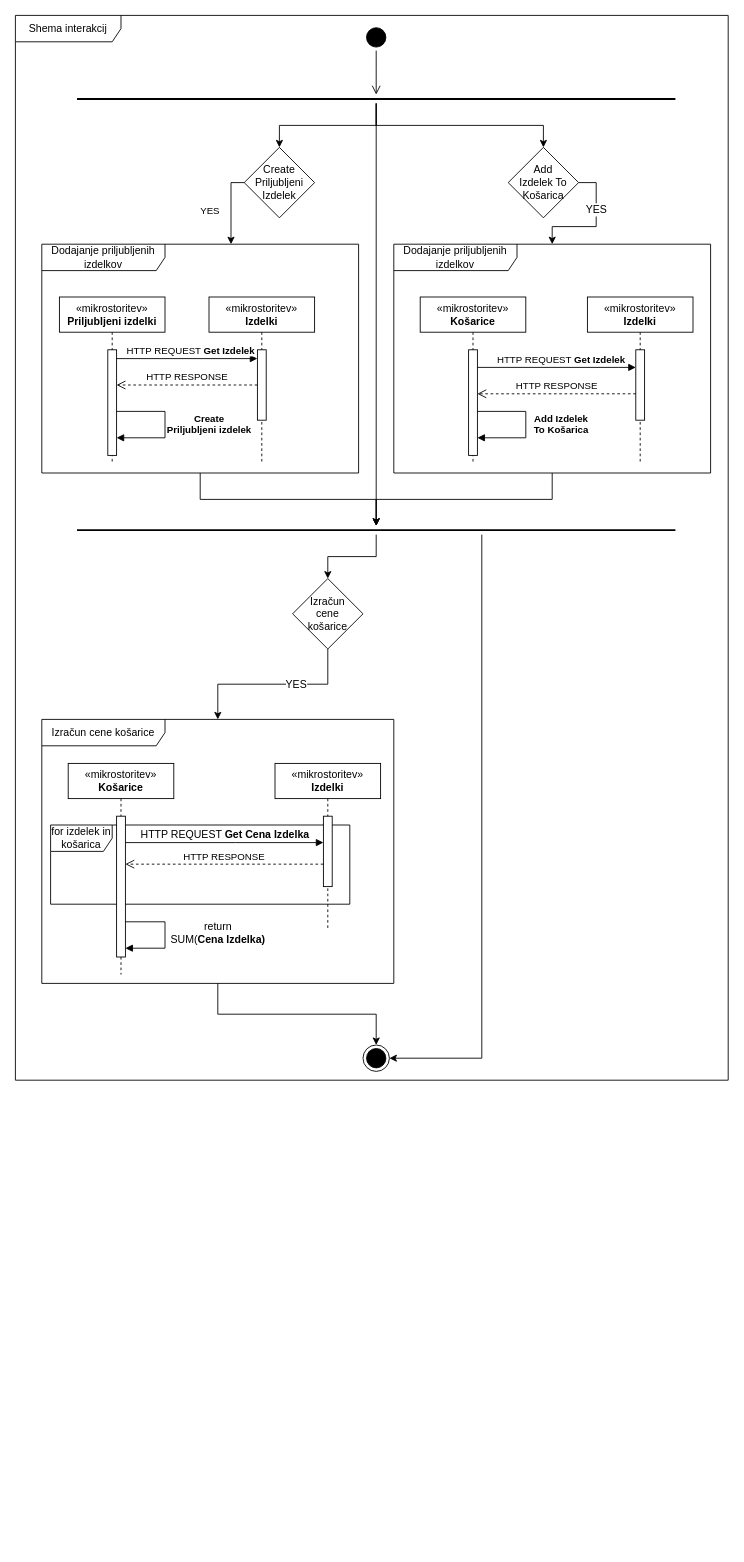
Above: diagrami/Shema interakcij - RSO.drawio in rso-2022-2023-skupina-9/pregled-projekta (draw.io), before the change. Source tidied: cells renumbered, new cells numbered last; positions are measured from the earlier drawing's top-left corner, leaving out a move shared by most shapes. Both pictures are drawn from the tidied source at 88%, with x=0, y=0 at pixel (15, 15).
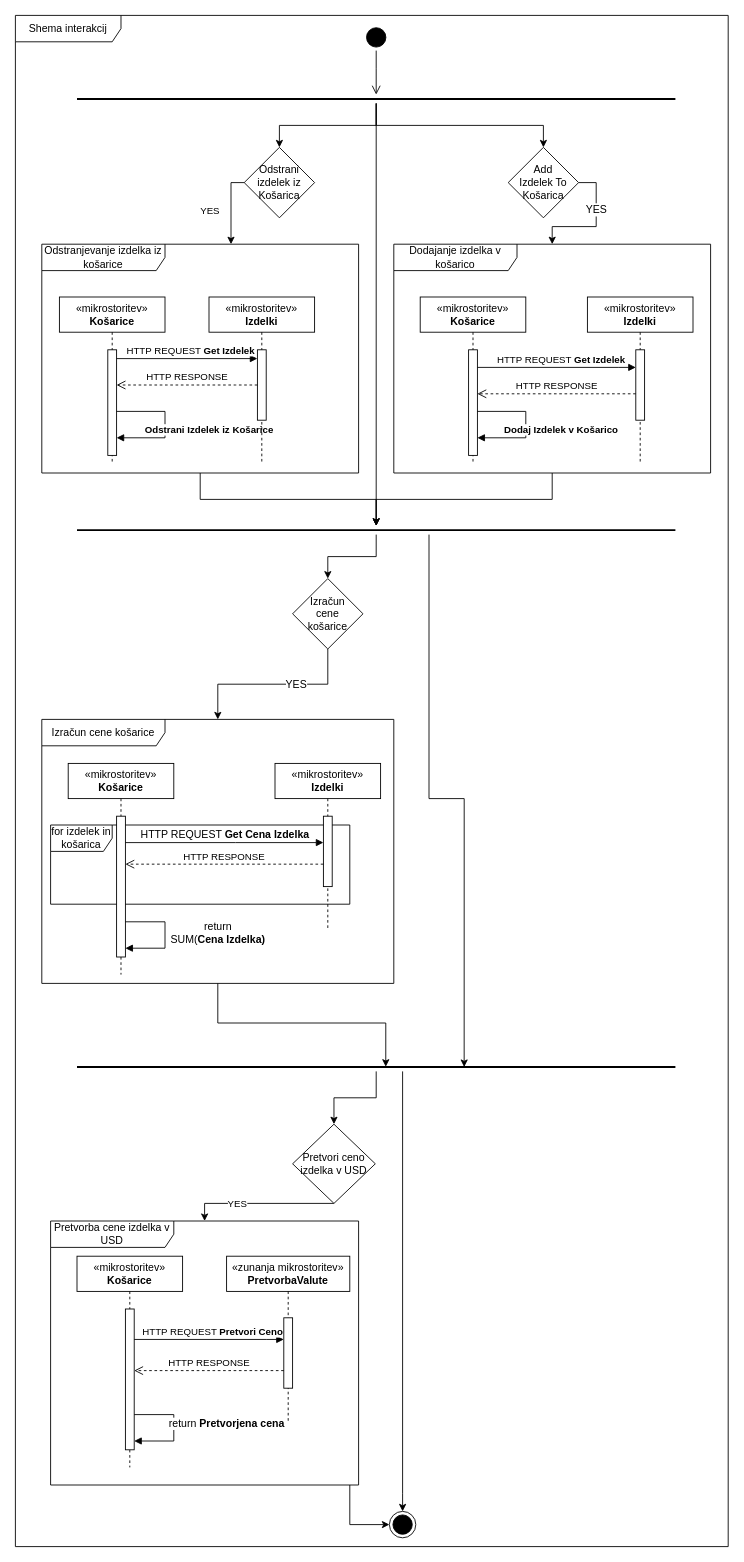
Above is the later version.

The change refers to these unchanged cells:
```xml
<mxCell id="4" value="Izračun cene košarice" style="shape=umlFrame;whiteSpace=wrap;html=1;strokeColor=#000000;width=140;height=30;" parent="1" vertex="1">
  <mxGeometry x="30" y="800" width="400" height="300" as="geometry" />
</mxCell>
<mxCell id="12" style="html=1;points=[];perimeter=orthogonalPerimeter;strokeColor=#000000;" parent="11" vertex="1">
  <mxGeometry x="55" y="60" width="10" height="120" as="geometry" />
</mxCell>
<mxCell id="30" value="«mikrostoritev»&lt;br&gt;&lt;b&gt;Košarice&lt;/b&gt;" style="shape=umlLifeline;perimeter=lifelinePerimeter;whiteSpace=wrap;html=1;strokeColor=#000000;" parent="1" vertex="1">
  <mxGeometry x="460" y="320" width="120" height="190" as="geometry" />
</mxCell>
<mxCell id="31" style="html=1;points=[];perimeter=orthogonalPerimeter;strokeColor=#000000;" parent="30" vertex="1">
  <mxGeometry x="55" y="60" width="10" height="120" as="geometry" />
</mxCell>
<mxCell id="39" style="line;strokeWidth=2;html=1;strokeColor=#000000;" parent="1" vertex="1">
  <mxGeometry x="70" y="580" width="680" height="10" as="geometry" />
</mxCell>
```

What changed in the source:
```diff
@@
     <mxCell id="2" value="Shema interakcij" style="shape=umlFrame;whiteSpace=wrap;html=1;width=120;height=30;" parent="1" vertex="1">
-      <mxGeometry width="810" height="1210" as="geometry" />
+      <mxGeometry width="810" height="1740" as="geometry" />
     </mxCell>
-    <mxCell id="3" style="edgeStyle=orthogonalEdgeStyle;rounded=0;jettySize=auto;html=1;strokeColor=#000000;fontSize=12;" parent="1" edge="1" source="4" target="8">
-      <mxGeometry relative="1" as="geometry" />
-    </mxCell>
+    <mxCell id="50" style="edgeStyle=orthogonalEdgeStyle;rounded=0;jettySize=auto;html=1;entryX=0.516;entryY=0.468;entryDx=0;entryDy=0;entryPerimeter=0;" parent="1" edge="1" source="4" target="54">
+      <mxGeometry relative="1" as="geometry" />
+    </mxCell>
@@
     <mxCell id="8" style="ellipse;html=1;shape=endState;fillColor=#000000;strokeColor=#000000;" parent="1" vertex="1">
-      <mxGeometry x="395" y="1170" width="30" height="30" as="geometry" />
+      <mxGeometry x="425" y="1700" width="30" height="30" as="geometry" />
     </mxCell>
@@
-    <mxCell id="10" value="Dodajanje priljubljenih izdelkov" style="shape=umlFrame;whiteSpace=wrap;html=1;strokeColor=#000000;width=140;height=30;" parent="1" vertex="1">
+    <mxCell id="10" value="Odstranjevanje izdelka iz košarice" style="shape=umlFrame;whiteSpace=wrap;html=1;strokeColor=#000000;width=140;height=30;" parent="1" vertex="1">
       <mxGeometry x="30" y="260" width="360" height="260" as="geometry" />
     </mxCell>
-    <mxCell id="11" value="«mikrostoritev»&lt;br&gt;&lt;b&gt;Priljubljeni izdelki&lt;/b&gt;" style="shape=umlLifeline;perimeter=lifelinePerimeter;whiteSpace=wrap;html=1;strokeColor=#000000;" parent="1" vertex="1">
+    <mxCell id="11" value="«mikrostoritev»&lt;br&gt;&lt;b&gt;Košarice&lt;/b&gt;" style="shape=umlLifeline;perimeter=lifelinePerimeter;whiteSpace=wrap;html=1;strokeColor=#000000;" parent="1" vertex="1">
       <mxGeometry x="50" y="320" width="120" height="190" as="geometry" />
     </mxCell>
@@
-    <mxCell id="13" value="&lt;b&gt;Create&lt;br&gt;Priljubljeni izdelek&lt;/b&gt;" style="html=1;verticalAlign=bottom;endArrow=block;rounded=0;strokeColor=#000000;" parent="11" edge="1" target="12">
+    <mxCell id="13" value="&lt;b&gt;Odstrani Izdelek iz Košarice&lt;/b&gt;" style="html=1;verticalAlign=bottom;endArrow=block;rounded=0;strokeColor=#000000;" parent="11" edge="1" target="12">
       <mxGeometry x="0.21" y="-50" relative="1" as="geometry">
         <mxPoint x="65" y="130" as="sourcePoint" />
         <Array as="points">
           <mxPoint x="120" y="130" />
           <mxPoint x="120" y="160" />
         </Array>
         <mxPoint x="50" y="50" as="offset" />
       </mxGeometry>
     </mxCell>
@@
-    <mxCell id="20" value="Create Priljubljeni Izdelek" style="rhombus;whiteSpace=wrap;html=1;strokeColor=#000000;" parent="1" vertex="1">
+    <mxCell id="20" value="Odstrani izdelek iz Košarica" style="rhombus;whiteSpace=wrap;html=1;strokeColor=#000000;" parent="1" vertex="1">
       <mxGeometry x="260" y="150" width="80" height="80" as="geometry" />
     </mxCell>
@@
-    <mxCell id="29" value="Dodajanje priljubljenih izdelkov" style="shape=umlFrame;whiteSpace=wrap;html=1;strokeColor=#000000;width=140;height=30;" parent="1" vertex="1">
+    <mxCell id="29" value="Dodajanje izdelka v košarico" style="shape=umlFrame;whiteSpace=wrap;html=1;strokeColor=#000000;width=140;height=30;" parent="1" vertex="1">
       <mxGeometry x="430" y="260" width="360" height="260" as="geometry" />
     </mxCell>
@@
-    <mxCell id="32" value="&lt;b&gt;Add Izdelek&lt;br&gt;To Košarica&lt;/b&gt;" style="html=1;verticalAlign=bottom;endArrow=block;rounded=0;strokeColor=#000000;" parent="30" edge="1" target="31">
+    <mxCell id="32" value="&lt;b&gt;Dodaj Izdelek v Košarico&lt;/b&gt;" style="html=1;verticalAlign=bottom;endArrow=block;rounded=0;strokeColor=#000000;" parent="30" edge="1" target="31">
       <mxGeometry x="0.21" y="-40" relative="1" as="geometry">
         <mxPoint x="65" y="130" as="sourcePoint" />
         <Array as="points">
           <mxPoint x="120" y="130" />
           <mxPoint x="120" y="160" />
         </Array>
         <mxPoint x="40" y="40" as="offset" />
       </mxGeometry>
     </mxCell>
@@
-    <mxCell id="38" style="edgeStyle=orthogonalEdgeStyle;rounded=0;jettySize=auto;html=1;strokeColor=#000000;fontSize=12;" parent="1" edge="1" source="39" target="8">
-      <mxGeometry relative="1" as="geometry">
-        <Array as="points">
-          <mxPoint x="530" y="1185" />
-        </Array>
-      </mxGeometry>
-    </mxCell>
+    <mxCell id="51" style="edgeStyle=orthogonalEdgeStyle;rounded=0;jettySize=auto;html=1;entryX=0.647;entryY=0.5;entryDx=0;entryDy=0;entryPerimeter=0;" parent="1" edge="1" source="39" target="54">
+      <mxGeometry relative="1" as="geometry">
+        <Array as="points">
+          <mxPoint x="470" y="890" />
+          <mxPoint x="510" y="890" />
+        </Array>
+      </mxGeometry>
+    </mxCell>
@@
+    <mxCell id="52" style="edgeStyle=orthogonalEdgeStyle;rounded=0;jettySize=auto;html=1;entryX=0.5;entryY=0;entryDx=0;entryDy=0;" parent="1" edge="1" source="54" target="8">
+      <mxGeometry relative="1" as="geometry">
+        <Array as="points">
+          <mxPoint x="440" y="1680" />
+          <mxPoint x="440" y="1680" />
+        </Array>
+      </mxGeometry>
+    </mxCell>
+    <mxCell id="53" style="edgeStyle=orthogonalEdgeStyle;rounded=0;jettySize=auto;html=1;" parent="1" edge="1" source="54" target="57">
+      <mxGeometry relative="1" as="geometry" />
+    </mxCell>
+    <mxCell id="54" style="line;strokeWidth=2;html=1;strokeColor=#000000;" parent="1" vertex="1">
+      <mxGeometry x="70" y="1190" width="680" height="10" as="geometry" />
+    </mxCell>
+    <mxCell id="55" style="edgeStyle=orthogonalEdgeStyle;rounded=0;jettySize=auto;html=1;" parent="1" edge="1" source="57" target="59">
+      <mxGeometry relative="1" as="geometry">
+        <Array as="points">
+          <mxPoint x="215" y="1350" />
+        </Array>
+      </mxGeometry>
+    </mxCell>
+    <mxCell id="56" value="YES" style="edgeLabel;html=1;align=center;verticalAlign=middle;" parent="55" vertex="1">
+      <mxGeometry x="0.33" relative="1" as="geometry" />
+    </mxCell>
+    <mxCell id="57" value="Pretvori ceno izdelka v USD" style="rhombus;whiteSpace=wrap;html=1;strokeColor=#000000;fontSize=12;" parent="1" vertex="1">
+      <mxGeometry x="315" y="1260" width="94" height="90" as="geometry" />
+    </mxCell>
+    <mxCell id="58" style="edgeStyle=orthogonalEdgeStyle;rounded=0;jettySize=auto;html=1;" parent="1" edge="1" source="59" target="8">
+      <mxGeometry relative="1" as="geometry">
+        <Array as="points">
+          <mxPoint x="380" y="1715" />
+        </Array>
+      </mxGeometry>
+    </mxCell>
+    <mxCell id="59" value="Pretvorba cene izdelka v USD" style="shape=umlFrame;whiteSpace=wrap;html=1;strokeColor=#000000;width=140;height=30;" parent="1" vertex="1">
+      <mxGeometry x="40" y="1370" width="350" height="300" as="geometry" />
+    </mxCell>
+    <mxCell id="60" value="«mikrostoritev»&lt;br&gt;&lt;b&gt;Košarice&lt;/b&gt;" style="shape=umlLifeline;perimeter=lifelinePerimeter;whiteSpace=wrap;html=1;strokeColor=#000000;" parent="1" vertex="1">
+      <mxGeometry x="70" y="1410" width="120" height="240" as="geometry" />
+    </mxCell>
+    <mxCell id="61" style="html=1;points=[];perimeter=orthogonalPerimeter;strokeColor=#000000;" parent="60" vertex="1">
+      <mxGeometry x="55" y="60" width="10" height="160" as="geometry" />
+    </mxCell>
+    <mxCell id="62" value="return &lt;b&gt;Pretvorjena cena&lt;/b&gt;" style="html=1;verticalAlign=bottom;endArrow=block;rounded=0;strokeColor=#000000;fontSize=12;" parent="60" edge="1" target="61">
+      <mxGeometry x="0.08" y="60" relative="1" as="geometry">
+        <mxPoint x="65" y="180" as="sourcePoint" />
+        <Array as="points">
+          <mxPoint x="110" y="180" />
+          <mxPoint x="110" y="210" />
+        </Array>
+      </mxGeometry>
+    </mxCell>
+    <mxCell id="63" value="«zunanja mikrostoritev»&lt;br&gt;&lt;b&gt;PretvorbaValute&lt;/b&gt;" style="shape=umlLifeline;perimeter=lifelinePerimeter;whiteSpace=wrap;html=1;strokeColor=#000000;" parent="1" vertex="1">
+      <mxGeometry x="240" y="1410" width="140" height="190" as="geometry" />
+    </mxCell>
+    <mxCell id="64" style="html=1;points=[];perimeter=orthogonalPerimeter;strokeColor=#000000;" parent="63" vertex="1">
+      <mxGeometry x="65" y="70" width="10" height="80" as="geometry" />
+    </mxCell>
+    <mxCell id="65" value="HTTP REQUEST &lt;b&gt;Pretvori Ceno&lt;/b&gt;" style="html=1;verticalAlign=bottom;endArrow=block;rounded=0;strokeColor=#000000;" parent="1" edge="1" source="61" target="64">
+      <mxGeometry x="0.05" relative="1" as="geometry">
+        <Array as="points">
+          <mxPoint x="285" y="1504.6" />
+        </Array>
+      </mxGeometry>
+    </mxCell>
+    <mxCell id="66" value="HTTP RESPONSE" style="html=1;verticalAlign=bottom;endArrow=open;dashed=1;endSize=8;rounded=0;strokeColor=#000000;" parent="1" edge="1" source="64" target="61">
+      <mxGeometry relative="1" as="geometry">
+        <Array as="points">
+          <mxPoint x="265" y="1540" />
+        </Array>
+      </mxGeometry>
+    </mxCell>
```
